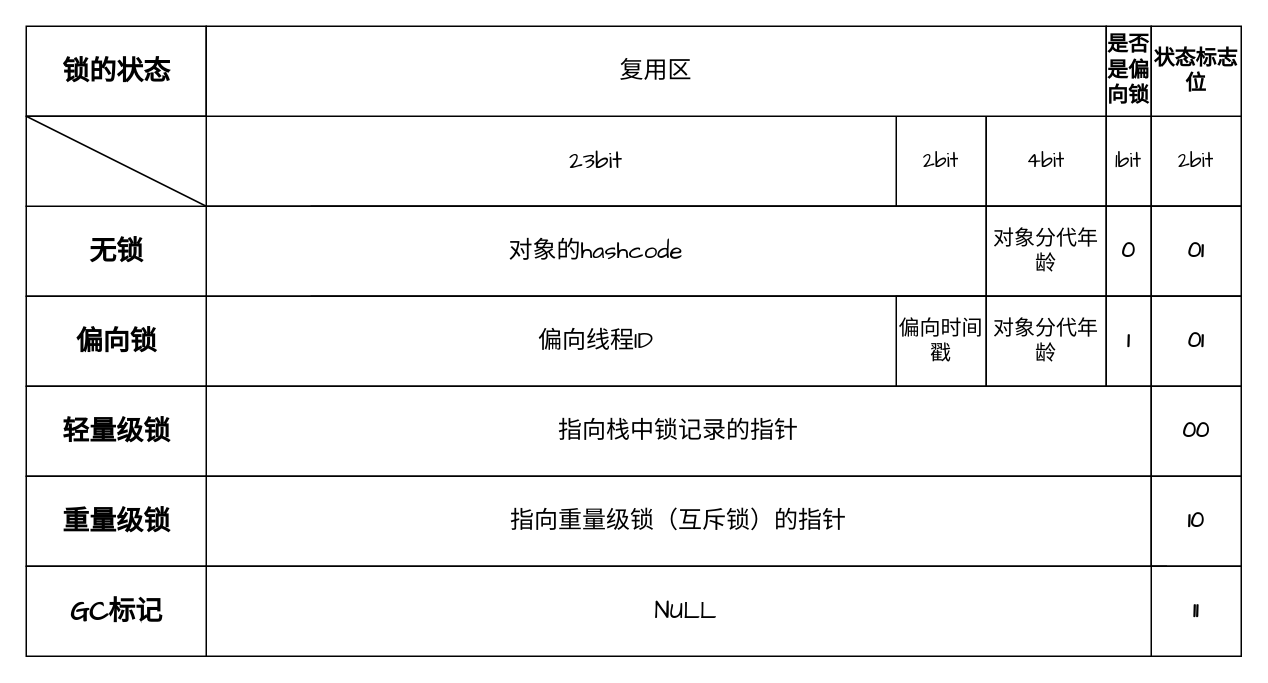
This is page "Page-18" (18 of 18) of resources/drawio/Untitled Diagram.drawio from linkins1/MyNoteBooks, a draw.io file, before an edit. Source tidied: cells renumbered, new cells numbered last; positions are measured from the earlier drawing's top-left corner, leaving out a move shared by most shapes. Both pictures are drawn from the tidied source at 150%, with x=0, y=0 at pixel (26, 26).
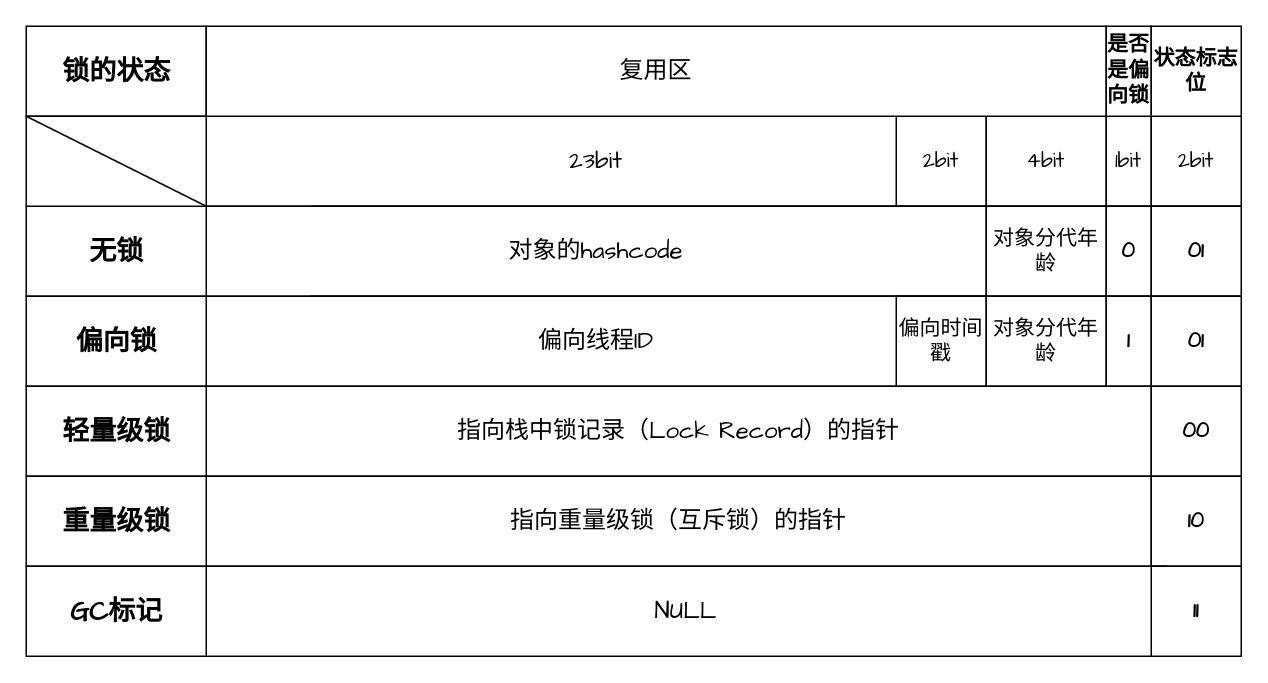
The same diagram, later.

Diff of the diagram source:
```diff
@@
-    <mxCell id="25" value="&lt;font face=&quot;Comic Sans MS&quot; style=&quot;font-size: 16px&quot;&gt;指向栈中锁记录的指针&lt;/font&gt;" style="rounded=0;whiteSpace=wrap;html=1;" parent="1" vertex="1">
+    <mxCell id="25" value="&lt;font face=&quot;Comic Sans MS&quot; style=&quot;font-size: 16px&quot;&gt;指向栈中锁记录（Lock Record）的指针&lt;/font&gt;" style="rounded=0;whiteSpace=wrap;html=1;" parent="1" vertex="1">
       <mxGeometry x="120" y="240" width="630" height="60" as="geometry" />
     </mxCell>
```
